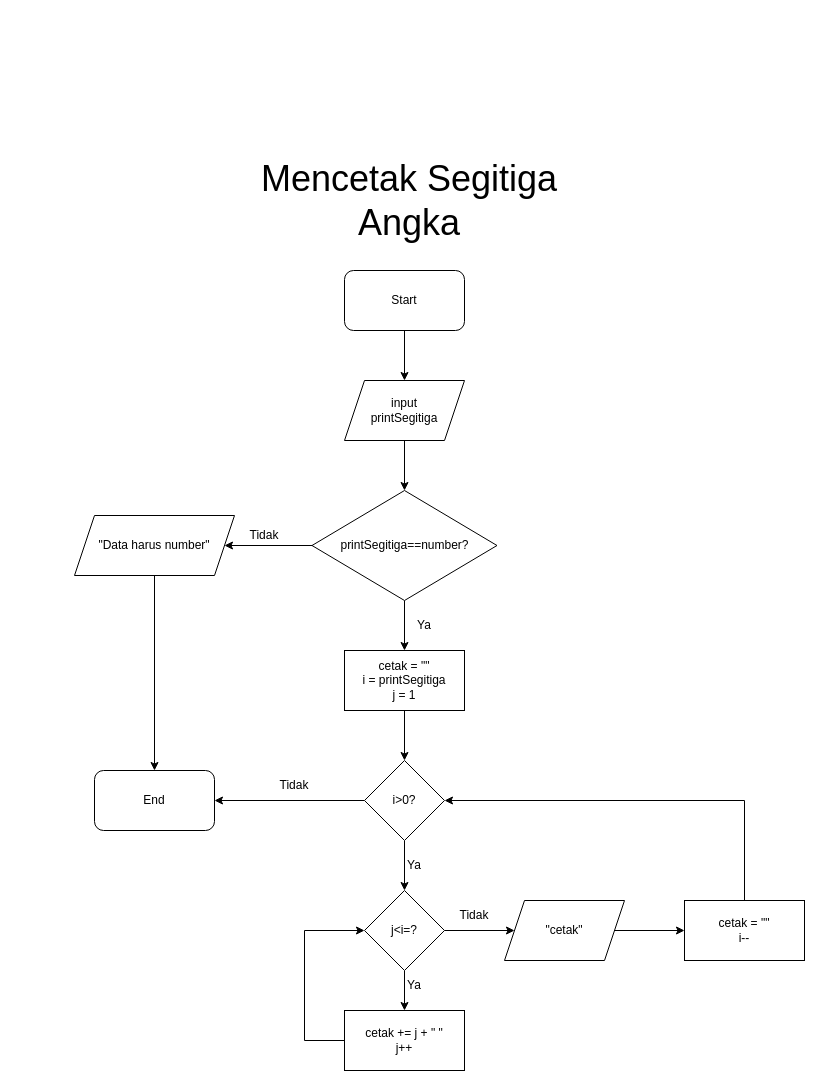
This is segitiga.drawio from juumelisa/fw5-additional-flowchart, a draw.io file, before an edit. Source tidied: cells renumbered, new cells numbered last; positions are measured from the earlier drawing's top-left corner, leaving out a move shared by most shapes. Both pictures are drawn from the tidied source at 100%, with x=0, y=0 at pixel (74, 150).
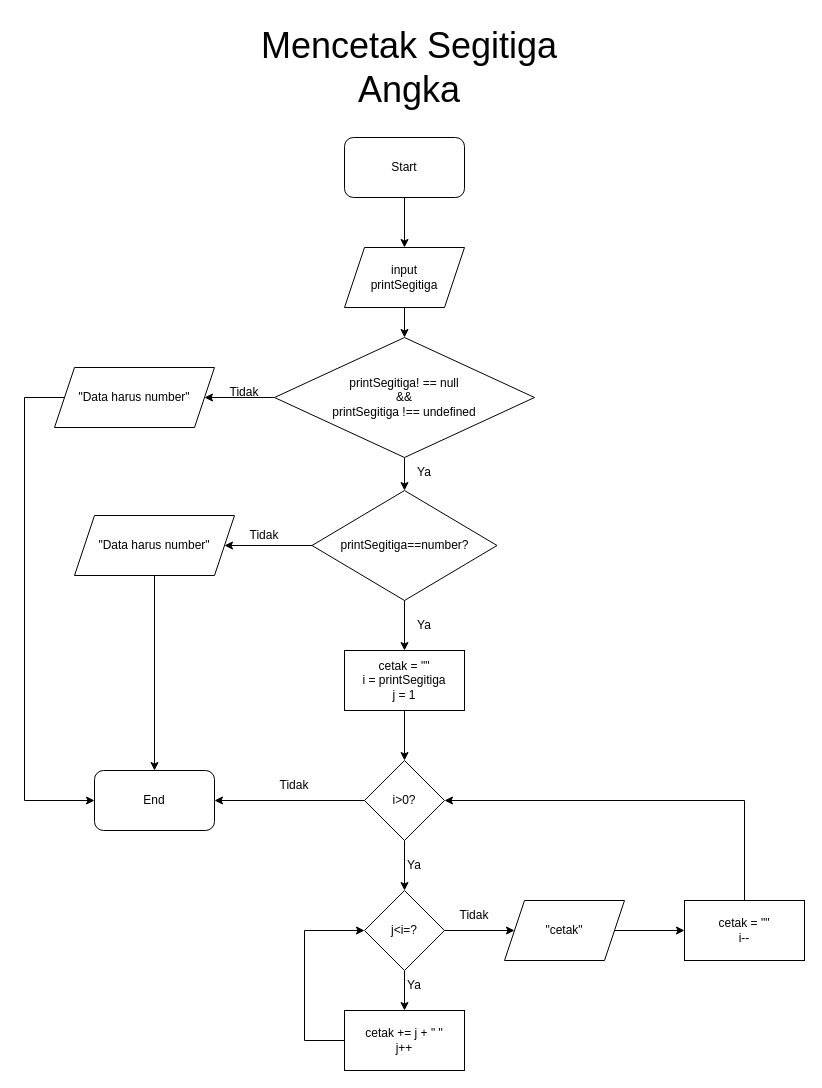
The same page after the edit.

The change refers to these unchanged cells:
```xml
<mxCell id="8" value="printSegitiga==number?" style="rhombus;whiteSpace=wrap;html=1;" parent="1" vertex="1">
  <mxGeometry x="237.5" y="340" width="185" height="110" as="geometry" />
</mxCell>
<mxCell id="25" value="End" style="rounded=1;whiteSpace=wrap;html=1;" parent="1" vertex="1">
  <mxGeometry x="20" y="620" width="120" height="60" as="geometry" />
</mxCell>
```

Change to the diagram source:
```diff
@@
     <mxCell id="3" value="Start" style="rounded=1;whiteSpace=wrap;html=1;" parent="1" vertex="1">
-      <mxGeometry x="270" y="120" width="120" height="60" as="geometry" />
+      <mxGeometry x="270" y="-13" width="120" height="60" as="geometry" />
     </mxCell>
-    <mxCell id="4" style="edgeStyle=orthogonalEdgeStyle;rounded=0;jettySize=auto;html=1;" parent="1" edge="1" source="5" target="8">
-      <mxGeometry relative="1" as="geometry" />
-    </mxCell>
+    <mxCell id="33" style="edgeStyle=orthogonalEdgeStyle;rounded=0;jettySize=auto;html=1;" parent="1" edge="1" source="5" target="36">
+      <mxGeometry relative="1" as="geometry" />
+    </mxCell>
     <mxCell id="5" value="input&lt;br&gt;printSegitiga" style="shape=parallelogram;perimeter=parallelogramPerimeter;whiteSpace=wrap;html=1;fixedSize=1;" parent="1" vertex="1">
-      <mxGeometry x="270" y="230" width="120" height="60" as="geometry" />
+      <mxGeometry x="270" y="97" width="120" height="60" as="geometry" />
     </mxCell>
@@
     <mxCell id="32" value="&lt;font style=&quot;font-size: 36px&quot;&gt;Mencetak Segitiga Angka&lt;/font&gt;" style="text;html=1;strokeColor=none;fillColor=none;align=center;verticalAlign=middle;whiteSpace=wrap;rounded=0;" parent="1" vertex="1">
-      <mxGeometry x="140" width="390" height="100" as="geometry" />
+      <mxGeometry x="140" y="-133" width="390" height="100" as="geometry" />
     </mxCell>
+    <mxCell id="34" style="edgeStyle=orthogonalEdgeStyle;rounded=0;jettySize=auto;html=1;" parent="1" edge="1" source="36" target="8">
+      <mxGeometry relative="1" as="geometry" />
+    </mxCell>
+    <mxCell id="35" style="edgeStyle=orthogonalEdgeStyle;rounded=0;jettySize=auto;html=1;" parent="1" edge="1" source="36" target="39">
+      <mxGeometry relative="1" as="geometry" />
+    </mxCell>
+    <mxCell id="36" value="printSegitiga! == null&lt;br&gt;&amp;amp;&amp;amp;&lt;br&gt;printSegitiga !== undefined" style="rhombus;whiteSpace=wrap;html=1;" parent="1" vertex="1">
+      <mxGeometry x="200" y="187" width="260" height="120" as="geometry" />
+    </mxCell>
+    <mxCell id="37" value="Ya" style="text;html=1;strokeColor=none;fillColor=none;align=center;verticalAlign=middle;whiteSpace=wrap;rounded=0;" parent="1" vertex="1">
+      <mxGeometry x="320" y="307" width="60" height="30" as="geometry" />
+    </mxCell>
+    <mxCell id="38" style="edgeStyle=orthogonalEdgeStyle;rounded=0;jettySize=auto;html=1;entryX=0;entryY=0.5;entryDx=0;entryDy=0;" parent="1" edge="1" source="39" target="25">
+      <mxGeometry relative="1" as="geometry">
+        <Array as="points">
+          <mxPoint x="-50" y="247" />
+          <mxPoint x="-50" y="650" />
+        </Array>
+      </mxGeometry>
+    </mxCell>
+    <mxCell id="39" value="&quot;Data harus number&quot;" style="shape=parallelogram;perimeter=parallelogramPerimeter;whiteSpace=wrap;html=1;fixedSize=1;" parent="1" vertex="1">
+      <mxGeometry x="-20" y="217" width="160" height="60" as="geometry" />
+    </mxCell>
+    <mxCell id="40" value="Tidak" style="text;html=1;strokeColor=none;fillColor=none;align=center;verticalAlign=middle;whiteSpace=wrap;rounded=0;" parent="1" vertex="1">
+      <mxGeometry x="140" y="227" width="60" height="30" as="geometry" />
+    </mxCell>
```
